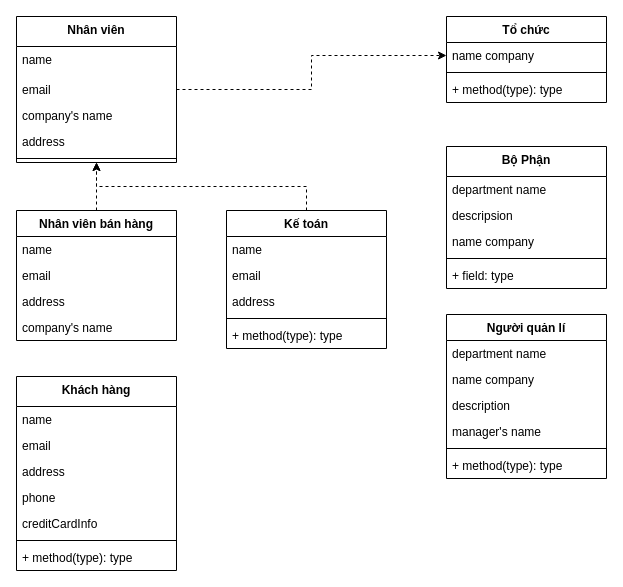
Earlier version of the draw.io diagram Untitled Diagram.drawio (A41056/ERD). Source tidied: cells renumbered, new cells numbered last; positions are measured from the earlier drawing's top-left corner, leaving out a move shared by most shapes. Both pictures are drawn from the tidied source at 100%, with x=0, y=0 at pixel (16, 16).
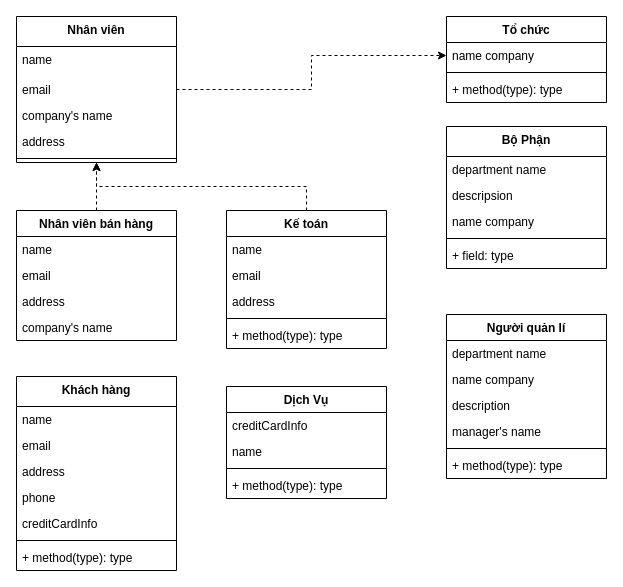
The same page after the edit.

Diff of the diagram source:
```diff
@@
     <mxCell id="2" value="Bộ Phận" style="swimlane;fontStyle=1;align=center;verticalAlign=top;horizontal=1;startSize=30;" parent="1" vertex="1">
-      <mxGeometry x="430" y="130" width="160" height="142" as="geometry" />
+      <mxGeometry x="430" y="110" width="160" height="142" as="geometry" />
     </mxCell>
@@
+    <mxCell id="47" value="Dịch Vụ" style="swimlane;fontStyle=1;align=center;verticalAlign=top;horizontal=1;startSize=26;" parent="1" vertex="1">
+      <mxGeometry x="210" y="370" width="160" height="112" as="geometry" />
+    </mxCell>
+    <mxCell id="48" value="creditCardInfo" style="text;strokeColor=none;fillColor=none;align=left;verticalAlign=top;spacingLeft=4;spacingRight=4;overflow=hidden;" parent="47" vertex="1">
+      <mxGeometry y="26" width="160" height="26" as="geometry" />
+    </mxCell>
+    <mxCell id="49" value="name" style="text;strokeColor=none;fillColor=none;align=left;verticalAlign=top;spacingLeft=4;spacingRight=4;overflow=hidden;" parent="47" vertex="1">
+      <mxGeometry y="52" width="160" height="26" as="geometry" />
+    </mxCell>
+    <mxCell id="50" style="line;strokeWidth=1;fillColor=none;align=left;verticalAlign=middle;spacingTop=-1;spacingLeft=3;spacingRight=3;labelPosition=right;" parent="47" vertex="1">
+      <mxGeometry y="78" width="160" height="8" as="geometry" />
+    </mxCell>
+    <mxCell id="51" value="+ method(type): type" style="text;strokeColor=none;fillColor=none;align=left;verticalAlign=top;spacingLeft=4;spacingRight=4;overflow=hidden;" parent="47" vertex="1">
+      <mxGeometry y="86" width="160" height="26" as="geometry" />
+    </mxCell>
```
